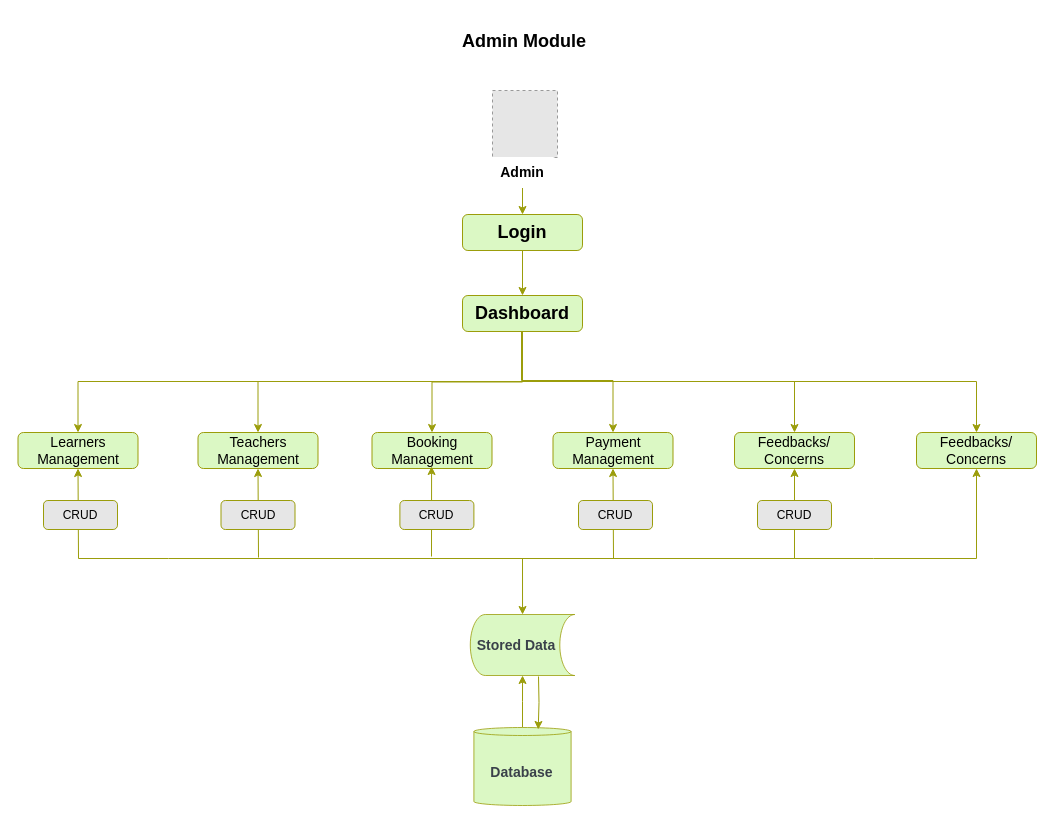
The draw.io diagram page "Admin Module" (7 of 13) of Untitled Diagram.drawio in Nashciong/JavaCodes, before the edit. Source tidied: cells renumbered, new cells numbered last; positions are measured from the earlier drawing's top-left corner, leaving out a move shared by most shapes. Both pictures are drawn from the tidied source at 100%, with x=0, y=0 at pixel (17, 17). Pictures stored in the file or linked from it are replaced by grey dashed boxes.
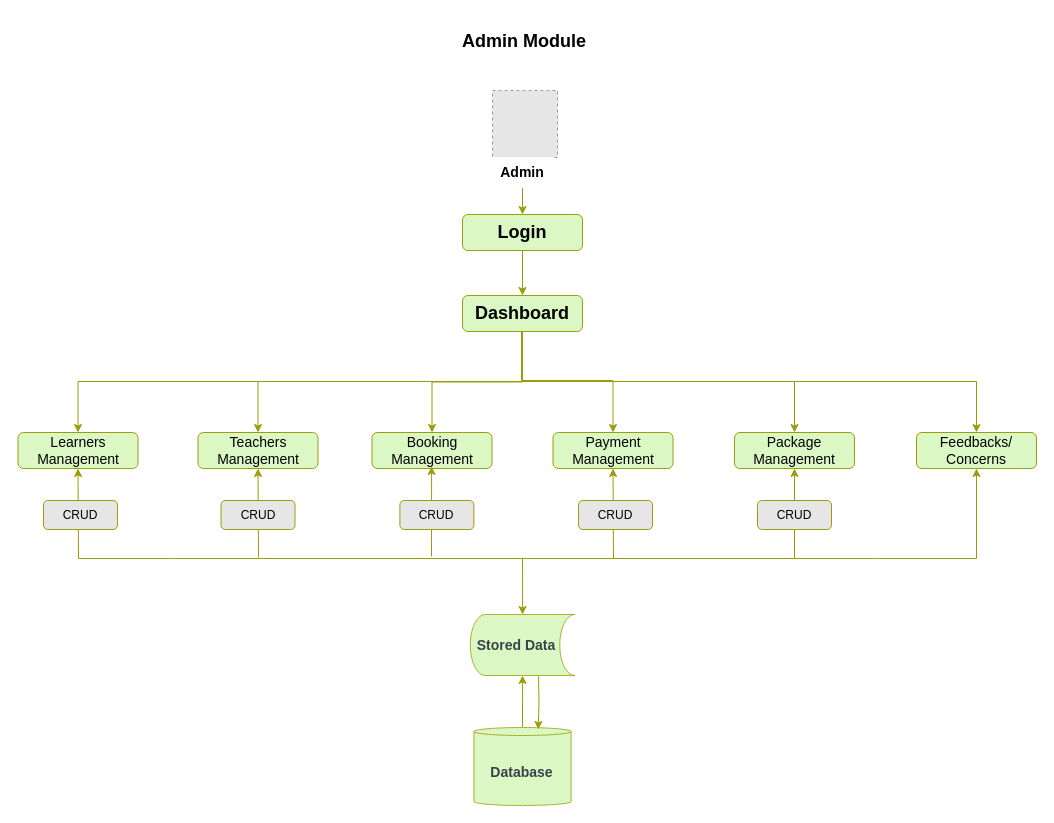
After the change.

Change to the diagram source:
```diff
@@
-    <mxCell id="33" value="&lt;font style=&quot;font-size: 14px;&quot;&gt;Feedbacks/&lt;br&gt;Concerns&lt;/font&gt;" style="rounded=1;whiteSpace=wrap;html=1;fillColor=#DBF8C4;strokeColor=#9B9D0B;" parent="1" vertex="1">
+    <mxCell id="33" value="&lt;span style=&quot;font-size: 14px;&quot;&gt;Package&lt;br&gt;Management&lt;br&gt;&lt;/span&gt;" style="rounded=1;whiteSpace=wrap;html=1;fillColor=#DBF8C4;strokeColor=#9B9D0B;" parent="1" vertex="1">
       <mxGeometry x="717" y="415" width="120" height="36" as="geometry" />
     </mxCell>
```
